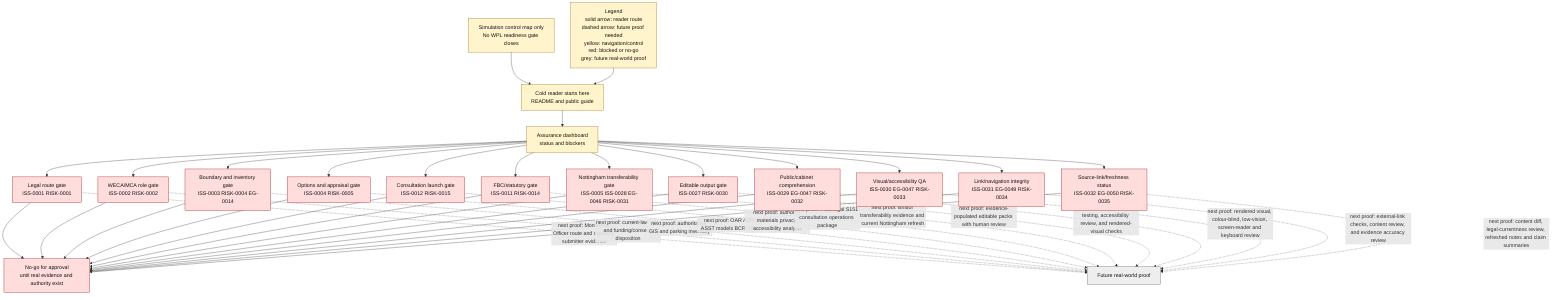
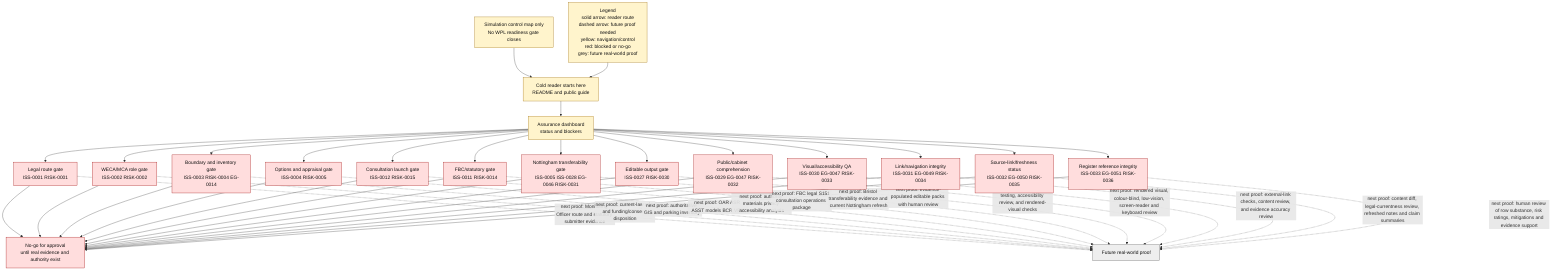
flowchart TD
    Caption["Simulation control map only<br/>No WPL readiness gate closes"]
    Legend["Legend<br/>solid arrow: reader route<br/>dashed arrow: future proof needed<br/>yellow: navigation/control<br/>red: blocked or no-go<br/>grey: future real-world proof"]
    Caption --> Start
    Legend --> Start
    Start["Cold reader starts here<br/>README and public guide"] --> Dash["Assurance dashboard<br/>status and blockers"]
    Dash --> Legal["Legal route gate<br/>ISS-0001 RISK-0001"]
    Dash --> WECA["WECA/MCA role gate<br/>ISS-0002 RISK-0002"]
    Dash --> Spatial["Boundary and inventory gate<br/>ISS-0003 RISK-0004 EG-0014"]
    Dash --> Appraisal["Options and appraisal gate<br/>ISS-0004 RISK-0005"]
    Dash --> Consult["Consultation launch gate<br/>ISS-0012 RISK-0015"]
    Dash --> FBC["FBC/statutory gate<br/>ISS-0011 RISK-0014"]
    Dash --> Nottingham["Nottingham transferability gate<br/>ISS-0005 ISS-0028 EG-0046 RISK-0031"]
    Dash --> Authoring["Editable output gate<br/>ISS-0027 RISK-0030"]
    Dash --> Comprehension["Public/cabinet comprehension<br/>ISS-0029 EG-0047 RISK-0032"]
    Dash --> VisualQA["Visual/accessibility QA<br/>ISS-0030 EG-0047 RISK-0033"]
    Dash --> NavigationQA["Link/navigation integrity<br/>ISS-0031 EG-0049 RISK-0034"]
    Dash --> SourceFreshness["Source-link/freshness status<br/>ISS-0032 EG-0050 RISK-0035"]
+     Dash --> RegisterIntegrity["Register reference integrity<br/>ISS-0033 EG-0051 RISK-0036"]

    Legal --> NoGo["No-go for approval<br/>until real evidence and authority exist"]
    WECA --> NoGo
    Spatial --> NoGo
    Appraisal --> NoGo
    Consult --> NoGo
    FBC --> NoGo
    Nottingham --> NoGo
    Authoring --> NoGo
    Comprehension --> NoGo
    VisualQA --> NoGo
    NavigationQA --> NoGo
    SourceFreshness --> NoGo
+     RegisterIntegrity --> NoGo

    Legal -. "next proof: Monitoring Officer route and statutory submitter evidence" .-> Proof["Future real-world proof"]
    WECA -. "next proof: current-law role and funding/consent disposition" .-> Proof
    Spatial -. "next proof: authoritative GIS and parking inventory" .-> Proof
    Appraisal -. "next proof: OAR ASR ASST models BCR VFM" .-> Proof
    Consult -. "next proof: authority materials privacy accessibility analysis" .-> Proof
    FBC -. "next proof: FBC legal S151 consultation operations package" .-> Proof
    Nottingham -. "next proof: Bristol transferability evidence and current Nottingham refresh" .-> Proof
    Authoring -. "next proof: evidence-populated editable packs with human review" .-> Proof
    Comprehension -. "next proof: cold-reader testing, accessibility review, and rendered-visual checks" .-> Proof
    VisualQA -. "next proof: rendered visual, colour-blind, low-vision, screen-reader and keyboard review" .-> Proof
    NavigationQA -. "next proof: external-link checks, content review, and evidence accuracy review" .-> Proof
    SourceFreshness -. "next proof: content diff, legal-currentness review, refreshed notes and claim summaries" .-> Proof
+     RegisterIntegrity -. "next proof: human review of row substance, risk ratings, mitigations and evidence support" .-> Proof

    classDef start fill:#ddf4ff,stroke:#005f99,color:#111111;
    classDef blocked fill:#ffdddd,stroke:#990000,color:#111111;
    classDef guide fill:#fff4cc,stroke:#996600,color:#111111;
    classDef future fill:#eeeeee,stroke:#555555,color:#111111;

    class Start,Dash,Caption,Legend guide;
-     class Legal,WECA,Spatial,Appraisal,Consult,FBC,Nottingham,Authoring,Comprehension,VisualQA,NavigationQA,SourceFreshness,NoGo blocked;
+     class Legal,WECA,Spatial,Appraisal,Consult,FBC,Nottingham,Authoring,Comprehension,VisualQA,NavigationQA,SourceFreshness,RegisterIntegrity,NoGo blocked;
    class Proof future;
